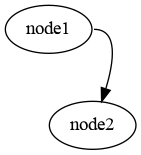
This is images/port.png from jingtaozf/s-graphviz, a Graphviz export, as it was before one commit. Its source is kept beside it as images/port.dot.
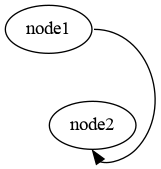
After the change.

Commit message:
update the example for node-id

What changed in the source:
```diff
@@ -1,4 +1,4 @@
 
 digraph {
-  node1 : e -> node2;
+  node1 : e -> node2 : s;
 }
```
